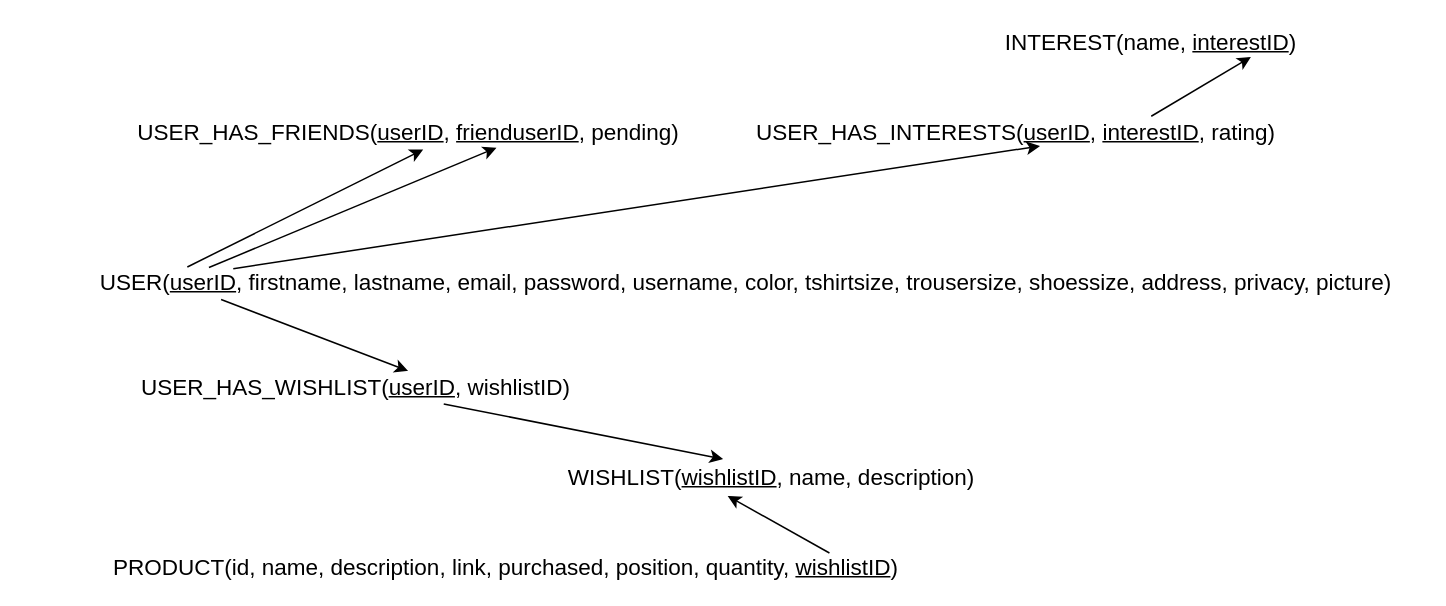
NNepper/LSINF1225-2020-GroupeL1.1-WishList keeps this draw.io diagram as Diagrammes/Schema-relationnel.drawio. Above is the earlier version. Source tidied: cells renumbered, new cells numbered last; positions are measured from the earlier drawing's top-left corner, leaving out a move shared by most shapes. Both pictures are drawn from the tidied source at 150%, with x=0, y=0 at pixel (70, 26).
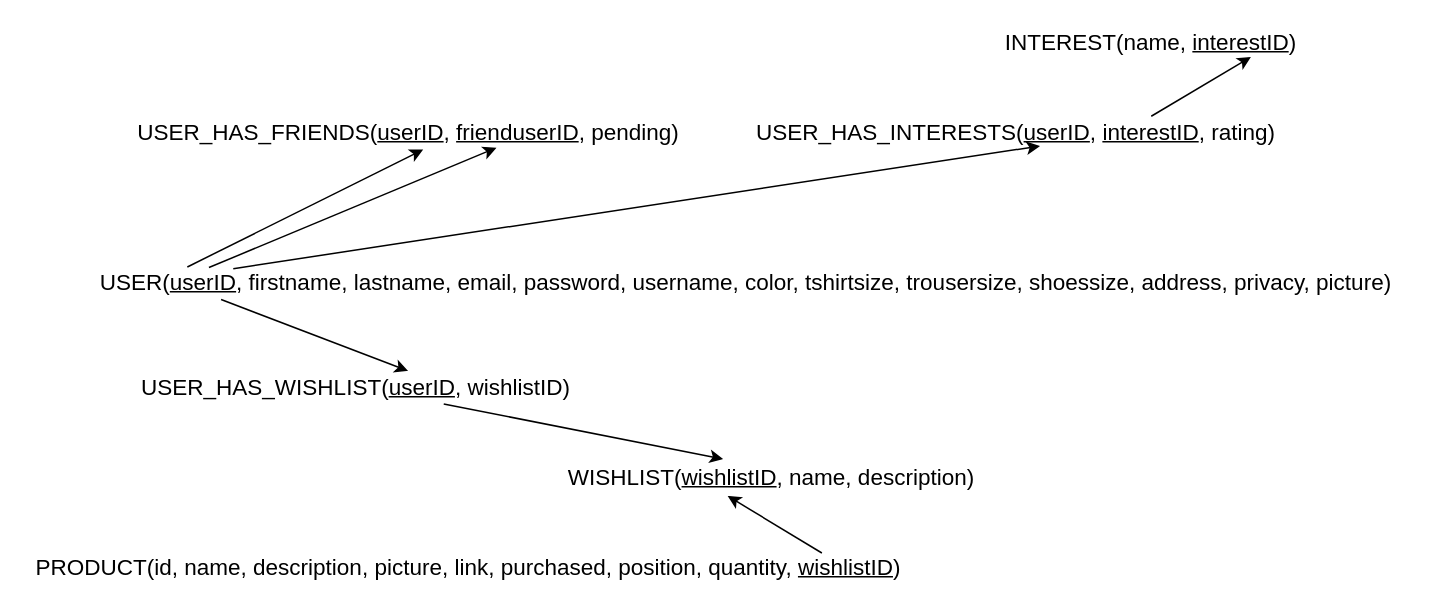
The same page after the edit.

The edit, as a diff of the source:
```diff
@@
 <mxGraphModel>
   <root>
     <mxCell id="0" />
     <mxCell id="1" parent="0" />
     <mxCell id="2" value="&lt;font style=&quot;font-size: 15px&quot;&gt;USER(&lt;u&gt;userID&lt;/u&gt;, firstname, lastname, email, password, username, color, tshirtsize, trousersize, shoessize, address, privacy, picture)&lt;/font&gt;" style="text;html=1;strokeColor=none;fillColor=none;align=center;verticalAlign=middle;whiteSpace=wrap;rounded=0;" parent="1" vertex="1">
       <mxGeometry y="160" width="900" height="20" as="geometry" />
     </mxCell>
     <mxCell id="3" value="&lt;font style=&quot;font-size: 15px&quot;&gt;WISHLIST(&lt;u&gt;wishlistID&lt;/u&gt;, name, description)&lt;/font&gt;" style="text;html=1;strokeColor=none;fillColor=none;align=center;verticalAlign=middle;whiteSpace=wrap;rounded=0;" parent="1" vertex="1">
       <mxGeometry x="314" y="290" width="306" height="20" as="geometry" />
     </mxCell>
-    <mxCell id="4" value="&lt;font style=&quot;font-size: 15px&quot;&gt;PRODUCT(id, name, description, link, purchased, position, quantity, &lt;u&gt;wishlistID&lt;/u&gt;)&lt;/font&gt;" style="text;html=1;strokeColor=none;fillColor=none;align=center;verticalAlign=middle;whiteSpace=wrap;rounded=0;" parent="1" vertex="1">
-      <mxGeometry x="20" y="350" width="540" height="20" as="geometry" />
+    <mxCell id="4" value="&lt;font style=&quot;font-size: 15px&quot;&gt;PRODUCT(id, name, description, picture, link, purchased, position, quantity, &lt;u&gt;wishlistID&lt;/u&gt;)&lt;/font&gt;" style="text;html=1;strokeColor=none;fillColor=none;align=center;verticalAlign=middle;whiteSpace=wrap;rounded=0;" parent="1" vertex="1">
+      <mxGeometry x="-30" y="350" width="590" height="20" as="geometry" />
     </mxCell>
     <mxCell id="5" value="&lt;font style=&quot;font-size: 15px&quot;&gt;INTEREST(name, &lt;u&gt;interestID&lt;/u&gt;)&lt;/font&gt;" style="text;html=1;strokeColor=none;fillColor=none;align=center;verticalAlign=middle;whiteSpace=wrap;rounded=0;" parent="1" vertex="1">
       <mxGeometry x="610" width="220" height="20" as="geometry" />
     </mxCell>
     <mxCell id="6" value="&lt;font style=&quot;font-size: 15px&quot;&gt;USER_HAS_FRIENDS(&lt;u&gt;userID&lt;/u&gt;, &lt;u&gt;frienduserID&lt;/u&gt;, pending)&lt;/font&gt;" style="text;html=1;strokeColor=none;fillColor=none;align=center;verticalAlign=middle;whiteSpace=wrap;rounded=0;" parent="1" vertex="1">
       <mxGeometry x="40" y="60" width="370" height="20" as="geometry" />
     </mxCell>
     <mxCell id="7" value="&lt;font style=&quot;font-size: 15px&quot;&gt;USER_HAS_INTERESTS(&lt;u&gt;userID&lt;/u&gt;, &lt;u&gt;interestID&lt;/u&gt;, rating)&lt;/font&gt;" style="text;html=1;strokeColor=none;fillColor=none;align=center;verticalAlign=middle;whiteSpace=wrap;rounded=0;" parent="1" vertex="1">
       <mxGeometry x="450" y="60" width="360" height="20" as="geometry" />
     </mxCell>
     <mxCell id="8" value="&lt;font style=&quot;font-size: 15px&quot;&gt;USER_HAS_WISHLIST(&lt;u&gt;userID&lt;/u&gt;, wishlistID)&lt;/font&gt;" style="text;html=1;strokeColor=none;fillColor=none;align=center;verticalAlign=middle;whiteSpace=wrap;rounded=0;" parent="1" vertex="1">
       <mxGeometry x="10" y="230" width="360" height="20" as="geometry" />
     </mxCell>
     <mxCell id="9" style="endArrow=classic;html=1;entryX=0.526;entryY=1.11;entryDx=0;entryDy=0;entryPerimeter=0;exitX=0.086;exitY=0.024;exitDx=0;exitDy=0;exitPerimeter=0;" parent="1" edge="1" source="2" target="6">
       <mxGeometry relative="1" as="geometry" />
     </mxCell>
     <mxCell id="10" style="endArrow=classic;html=1;entryX=0.658;entryY=1.05;entryDx=0;entryDy=0;entryPerimeter=0;exitX=0.102;exitY=0.043;exitDx=0;exitDy=0;exitPerimeter=0;" parent="1" edge="1" source="2" target="6">
       <mxGeometry relative="1" as="geometry" />
     </mxCell>
     <mxCell id="11" style="endArrow=classic;html=1;entryX=0.596;entryY=-0.01;entryDx=0;entryDy=0;entryPerimeter=0;exitX=0.111;exitY=1.11;exitDx=0;exitDy=0;exitPerimeter=0;" parent="1" edge="1" source="2" target="8">
       <mxGeometry relative="1" as="geometry" />
     </mxCell>
     <mxCell id="12" style="endArrow=classic;html=1;entryX=0.394;entryY=-0.075;entryDx=0;entryDy=0;entryPerimeter=0;exitX=0.662;exitY=1.09;exitDx=0;exitDy=0;exitPerimeter=0;" parent="1" edge="1" source="8" target="3">
       <mxGeometry relative="1" as="geometry" />
     </mxCell>
     <mxCell id="13" style="endArrow=classic;html=1;entryX=0.404;entryY=1.158;entryDx=0;entryDy=0;entryPerimeter=0;exitX=0.899;exitY=0.058;exitDx=0;exitDy=0;exitPerimeter=0;" parent="1" edge="1" source="4" target="3">
       <mxGeometry relative="1" as="geometry" />
     </mxCell>
     <mxCell id="14" style="endArrow=classic;html=1;entryX=0.802;entryY=1.025;entryDx=0;entryDy=0;entryPerimeter=0;exitX=0.75;exitY=0;exitDx=0;exitDy=0;" parent="1" edge="1" source="7" target="5">
       <mxGeometry relative="1" as="geometry" />
     </mxCell>
     <mxCell id="15" style="endArrow=classic;html=1;exitX=0.12;exitY=0.081;exitDx=0;exitDy=0;exitPerimeter=0;entryX=0.544;entryY=0.992;entryDx=0;entryDy=0;entryPerimeter=0;" parent="1" edge="1" source="2" target="7">
       <mxGeometry relative="1" as="geometry" />
     </mxCell>
   </root>
 </mxGraphModel>
```
